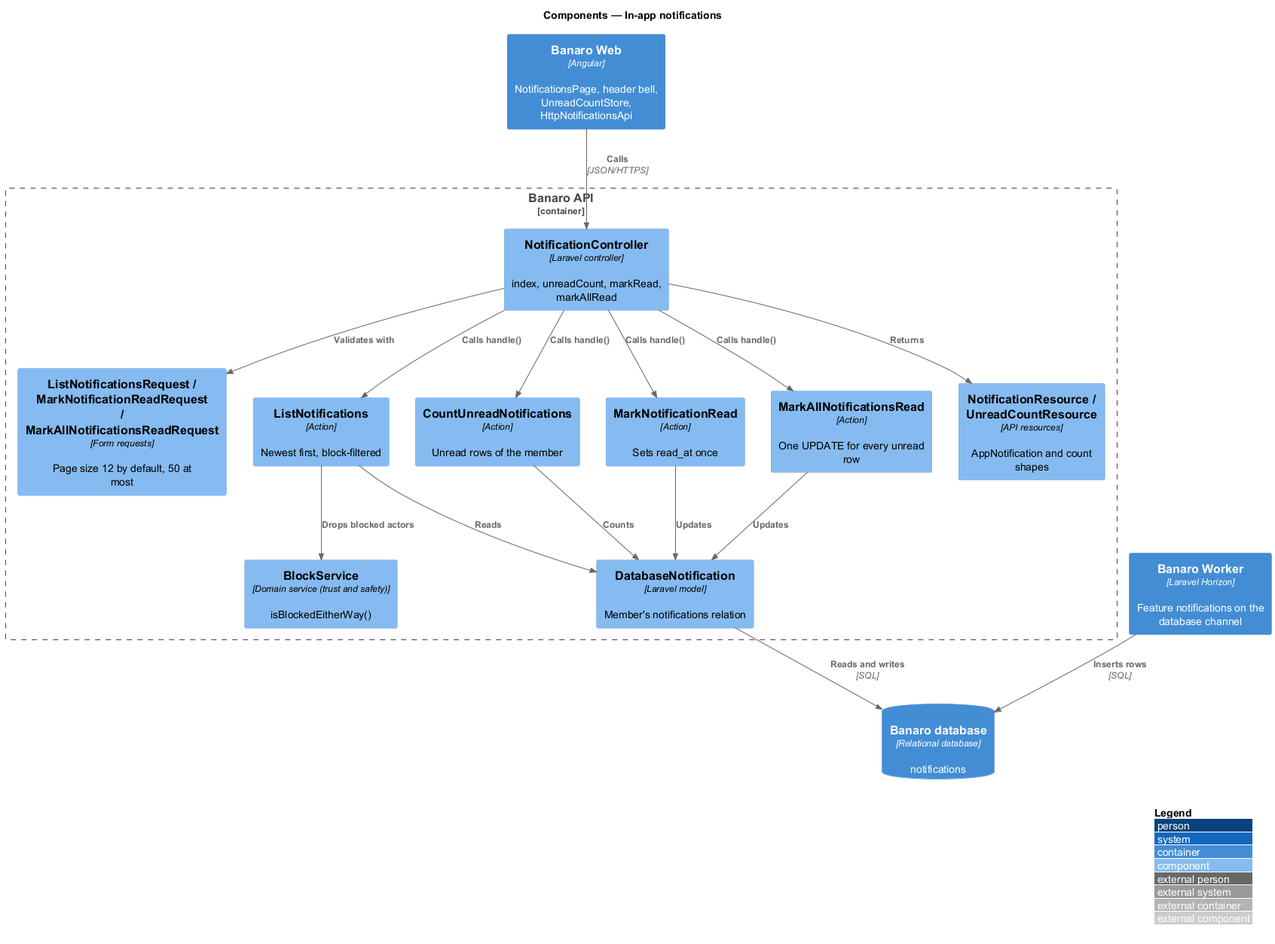
This is docs/detailed-designs/notifications/in-app-notifications/diagrams/c4-component.png from QuinntyneBrown/banaro, a PlantUML export, as it was before one commit.
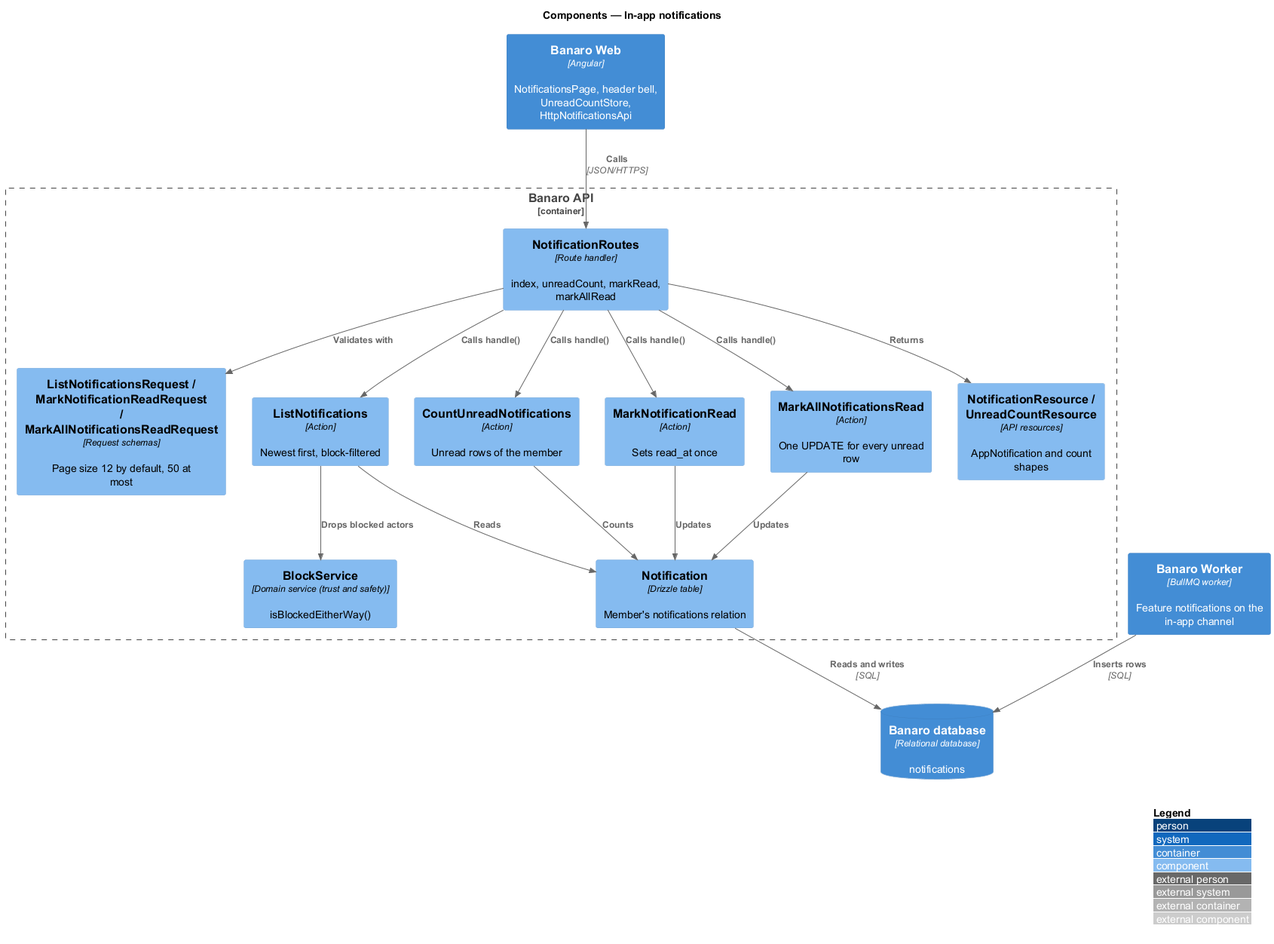
After the change.

Change to the diagram source:
```diff
@@ -5,17 +5,17 @@
 
 Container(web, "Banaro Web", "Angular", "NotificationsPage, header bell, UnreadCountStore, HttpNotificationsApi")
 ContainerDb(db, "Banaro database", "Relational database", "notifications")
-Container(worker, "Banaro Worker", "Laravel Horizon", "Feature notifications on the database channel")
+Container(worker, "Banaro Worker", "BullMQ worker", "Feature notifications on the in-app channel")
 
 Container_Boundary(api, "Banaro API") {
-  Component(ctrl, "NotificationController", "Laravel controller", "index, unreadCount, markRead, markAllRead")
-  Component(req, "ListNotificationsRequest / MarkNotificationReadRequest / MarkAllNotificationsReadRequest", "Form requests", "Page size 12 by default, 50 at most")
+  Component(ctrl, "NotificationRoutes", "Route handler", "index, unreadCount, markRead, markAllRead")
+  Component(req, "ListNotificationsRequest / MarkNotificationReadRequest / MarkAllNotificationsReadRequest", "Request schemas", "Page size 12 by default, 50 at most")
   Component(list, "ListNotifications", "Action", "Newest first, block-filtered")
   Component(count, "CountUnreadNotifications", "Action", "Unread rows of the member")
   Component(mark, "MarkNotificationRead", "Action", "Sets read_at once")
   Component(markall, "MarkAllNotificationsRead", "Action", "One UPDATE for every unread row")
   Component(block, "BlockService", "Domain service (trust and safety)", "isBlockedEitherWay()")
-  Component(model, "DatabaseNotification", "Laravel model", "Member's notifications relation")
+  Component(model, "Notification", "Drizzle table", "Member's notifications relation")
   Component(resource, "NotificationResource / UnreadCountResource", "API resources", "AppNotification and count shapes")
 }
 
```
